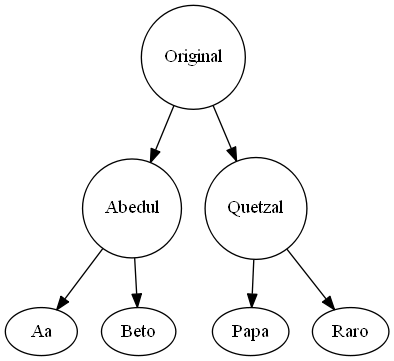
The Graphviz diagram ArbolBinBusqueda.png in ByLy23/Scrabble_CPP, before a commit. Its source is kept beside it as ArbolBinBusqueda.dot. Source of this version:
```dot
digraph graficaArbolito{
 linkdir=LR
Original[shape= circle label="Original"];
Abedul[shape= circle label="Abedul"];
Abedul[shape= circle label="Abedul"];
Original[shape= circle label="Original"];
Quetzal[shape= circle label="Quetzal"];
Quetzal[shape= circle label="Quetzal"];

Original->Abedul
Abedul->Aa
Abedul->Beto
Original->Quetzal
Quetzal->Papa
Quetzal->Raro
}
```
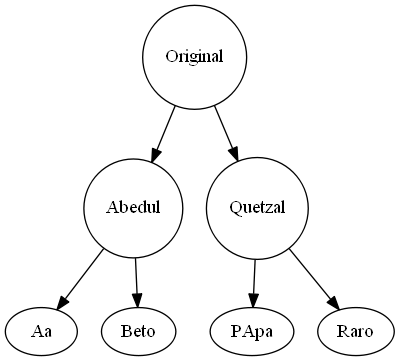
Above is the later version.

The edit, as a diff of the source:
```diff
@@ -11,6 +11,6 @@
 Abedul->Aa
 Abedul->Beto
 Original->Quetzal
-Quetzal->Papa
+Quetzal->PApa
 Quetzal->Raro
 }
```
